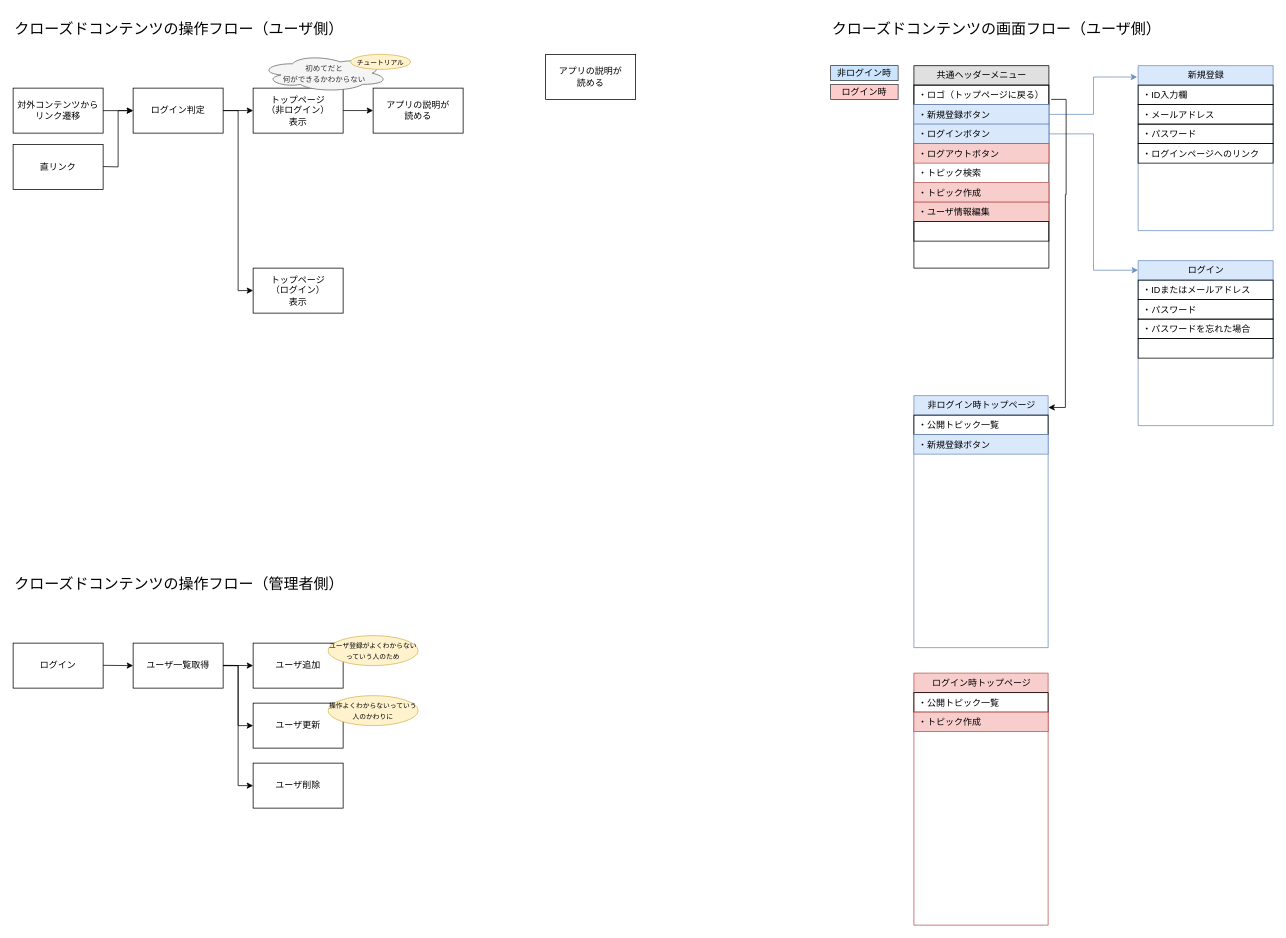
The draw.io diagram クローズドコンテンツ画面フロー.drawio in iims-engineers/iims_closed, before the edit. Source tidied: cells renumbered, new cells numbered last; positions are measured from the earlier drawing's top-left corner, leaving out a move shared by most shapes. Both pictures are drawn from the tidied source at 75%, with x=0, y=0 at pixel (13, 13).
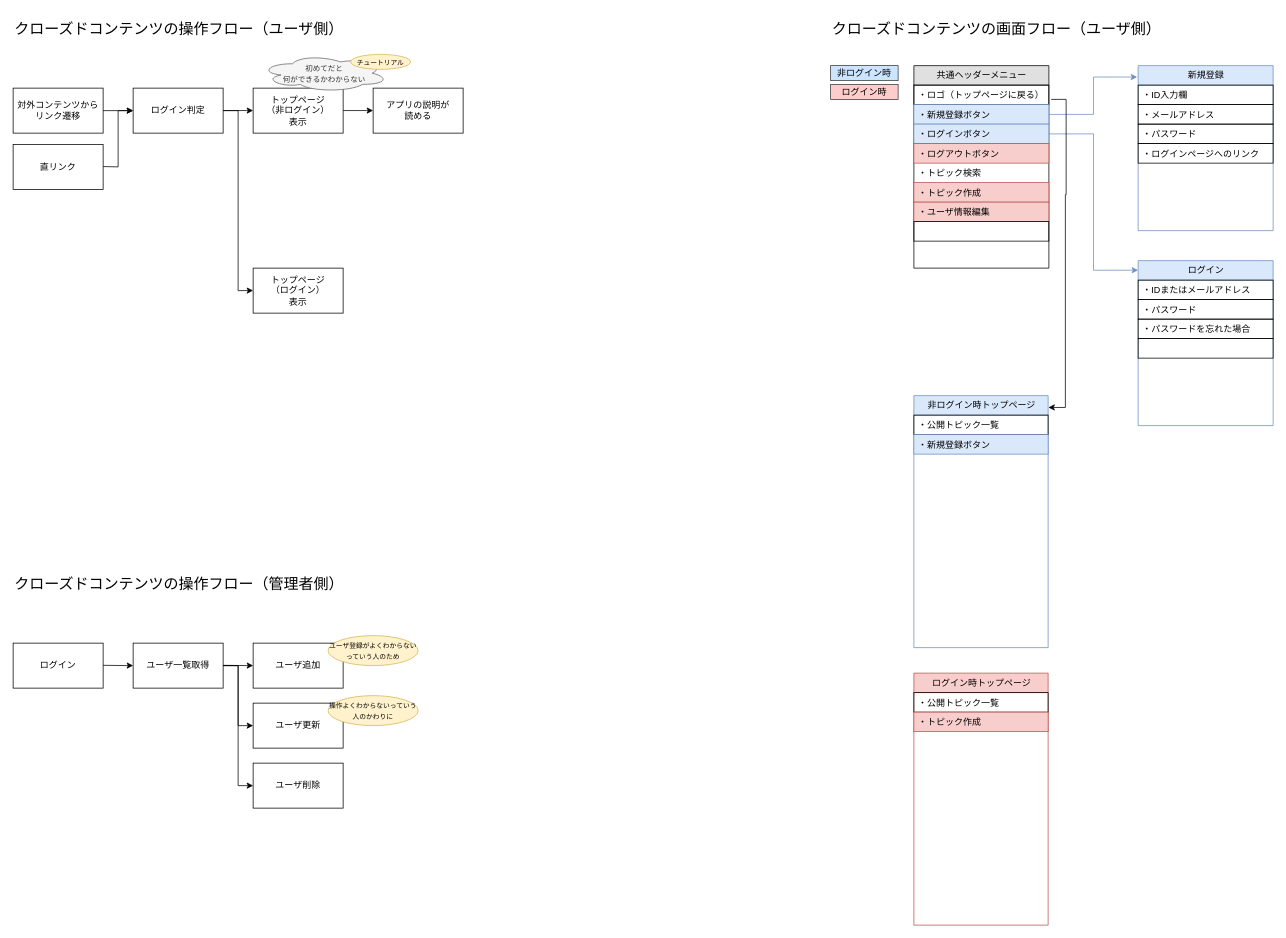
After the change.

Commit message:
クローズドコンテンツ画面フロー.drawio テストコミット時の追記を削除

The edit, as a diff of the source:
```diff
@@
-    <mxCell id="59" value="アプリの説明が&lt;br&gt;読める" style="whiteSpace=wrap;html=1;" parent="1" vertex="1">
-      <mxGeometry x="710" y="55" width="120" height="60" as="geometry" />
-    </mxCell>
```
